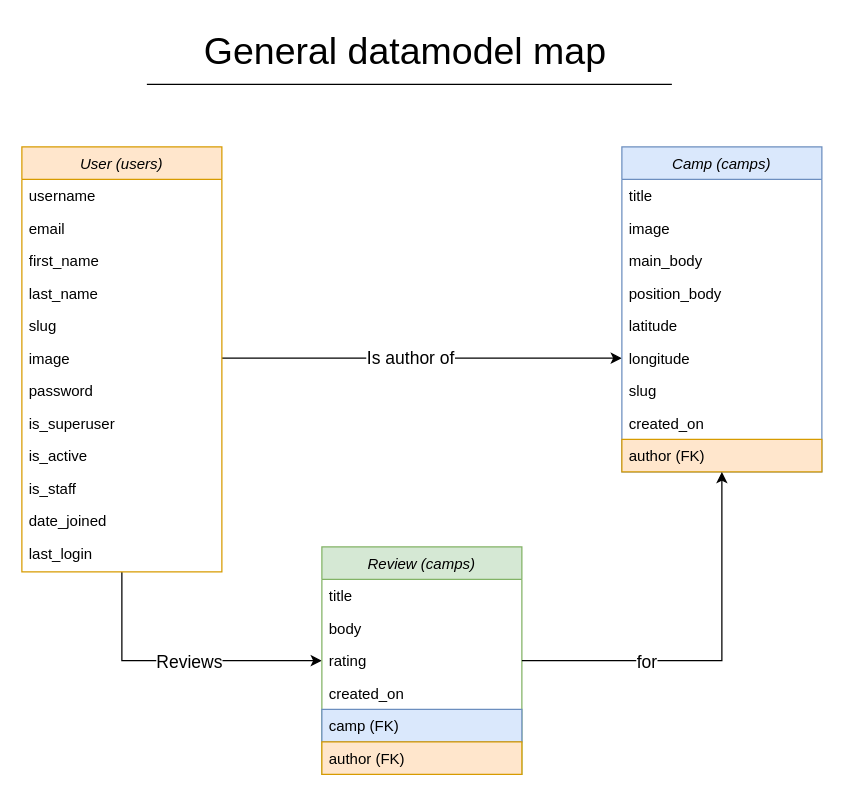
Above: vinylbase/_documentation/datamodel.drawio in volk25/vinylbase (draw.io), before the change. Source tidied: cells renumbered, new cells numbered last; positions are measured from the earlier drawing's top-left corner, leaving out a move shared by most shapes. Both pictures are drawn from the tidied source at 125%, with x=0, y=0 at pixel (21, 21).
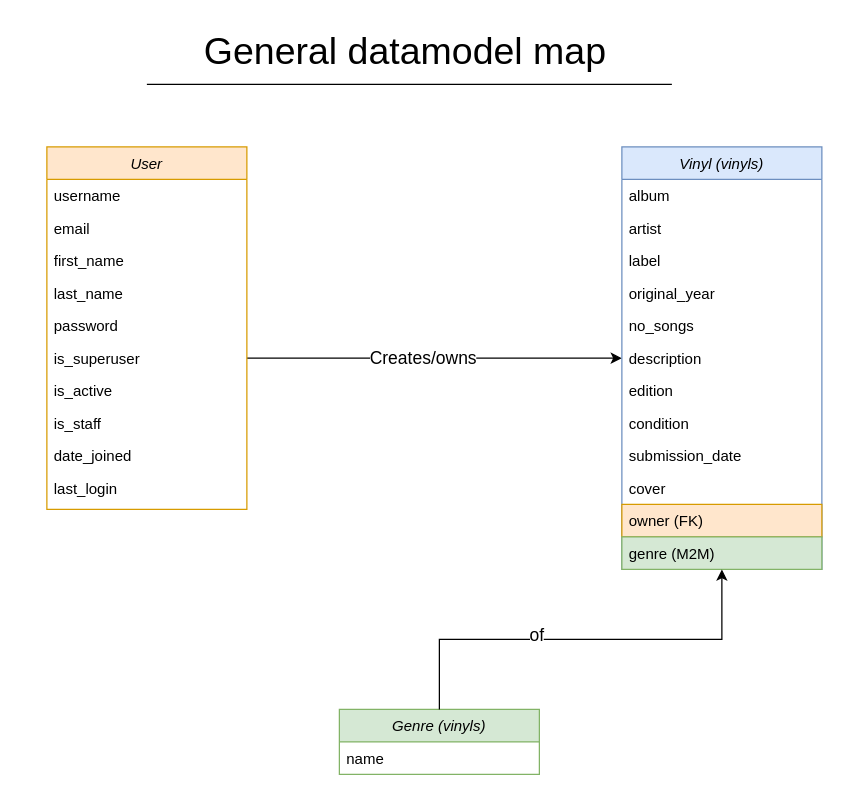
The same diagram, later.

Commit message:
datamodel drawio adjusted

The edit, as a diff of the source:
```diff
@@
-    <mxCell id="2" style="edgeStyle=orthogonalEdgeStyle;rounded=0;jettySize=auto;html=1;exitX=0.5;exitY=1;exitDx=0;exitDy=0;entryX=0;entryY=0.5;entryDx=0;entryDy=0;" parent="1" edge="1" source="6" target="32">
-      <mxGeometry relative="1" as="geometry" />
-    </mxCell>
-    <mxCell id="3" value="Reviews" style="edgeLabel;html=1;align=center;verticalAlign=middle;fontSize=14;" parent="2" vertex="1">
-      <mxGeometry x="0.1" relative="1" as="geometry">
-        <mxPoint x="-3" as="offset" />
-      </mxGeometry>
-    </mxCell>
-    <mxCell id="4" style="edgeStyle=orthogonalEdgeStyle;rounded=0;jettySize=auto;html=1;exitX=1;exitY=0.5;exitDx=0;exitDy=0;entryX=0;entryY=0.5;entryDx=0;entryDy=0;fontSize=14;" parent="1" edge="1" source="12" target="25">
+    <mxCell id="4" style="edgeStyle=orthogonalEdgeStyle;rounded=0;jettySize=auto;html=1;exitX=1;exitY=0.5;exitDx=0;exitDy=0;entryX=0;entryY=0.5;entryDx=0;entryDy=0;fontSize=14;" parent="1" edge="1" source="14" target="25">
       <mxGeometry relative="1" as="geometry" />
     </mxCell>
-    <mxCell id="5" value="Is author of" style="edgeLabel;html=1;align=center;verticalAlign=middle;fontSize=14;" parent="4" vertex="1">
+    <mxCell id="5" value="Creates/owns" style="edgeLabel;html=1;align=center;verticalAlign=middle;fontSize=14;" parent="4" vertex="1">
       <mxGeometry x="0.01" y="2" relative="1" as="geometry">
         <mxPoint x="-12" y="1" as="offset" />
       </mxGeometry>
     </mxCell>
-    <mxCell id="6" value="User (users)" style="swimlane;fontStyle=2;align=center;verticalAlign=top;horizontal=1;startSize=26;rounded=0;shadow=0;strokeWidth=1;fillColor=#ffe6cc;strokeColor=#d79b00;swimlaneLine=1;glass=0;sketch=0;swimlaneFillColor=none;fontColor=#000000;" parent="1" vertex="1">
-      <mxGeometry y="100" width="160" height="340" as="geometry" />
+    <mxCell id="6" value="User" style="swimlane;fontStyle=2;align=center;verticalAlign=top;horizontal=1;startSize=26;rounded=0;shadow=0;strokeWidth=1;fillColor=#ffe6cc;strokeColor=#d79b00;swimlaneLine=1;glass=0;sketch=0;swimlaneFillColor=none;fontColor=#000000;" parent="1" vertex="1">
+      <mxGeometry x="20" y="100" width="160" height="290" as="geometry" />
     </mxCell>
@@
-    <mxCell id="11" value="slug" style="text;align=left;verticalAlign=top;spacingLeft=4;spacingRight=4;overflow=hidden;rounded=0;shadow=0;html=0;" parent="6" vertex="1">
-      <mxGeometry y="130" width="160" height="26" as="geometry" />
-    </mxCell>
-    <mxCell id="12" value="image" style="text;align=left;verticalAlign=top;spacingLeft=4;spacingRight=4;overflow=hidden;points=[[0,0.5],[1,0.5]];portConstraint=eastwest;rounded=0;shadow=0;html=0;" parent="6" vertex="1">
-      <mxGeometry y="156" width="160" height="26" as="geometry" />
-    </mxCell>
     <mxCell id="13" value="password" style="text;align=left;verticalAlign=top;spacingLeft=4;spacingRight=4;overflow=hidden;rounded=0;shadow=0;html=0;" parent="6" vertex="1">
-      <mxGeometry y="182" width="160" height="26" as="geometry" />
+      <mxGeometry y="130" width="160" height="26" as="geometry" />
     </mxCell>
     <mxCell id="14" value="is_superuser" style="text;align=left;verticalAlign=top;spacingLeft=4;spacingRight=4;overflow=hidden;points=[[0,0.5],[1,0.5]];portConstraint=eastwest;rounded=0;shadow=0;html=0;" parent="6" vertex="1">
-      <mxGeometry y="208" width="160" height="26" as="geometry" />
+      <mxGeometry y="156" width="160" height="26" as="geometry" />
     </mxCell>
     <mxCell id="15" value="is_active" style="text;align=left;verticalAlign=top;spacingLeft=4;spacingRight=4;overflow=hidden;rounded=0;shadow=0;html=0;" parent="6" vertex="1">
-      <mxGeometry y="234" width="160" height="26" as="geometry" />
+      <mxGeometry y="182" width="160" height="26" as="geometry" />
     </mxCell>
     <mxCell id="16" value="is_staff" style="text;align=left;verticalAlign=top;spacingLeft=4;spacingRight=4;overflow=hidden;rounded=0;shadow=0;html=0;" parent="6" vertex="1">
-      <mxGeometry y="260" width="160" height="26" as="geometry" />
+      <mxGeometry y="208" width="160" height="26" as="geometry" />
     </mxCell>
     <mxCell id="17" value="date_joined" style="text;align=left;verticalAlign=top;spacingLeft=4;spacingRight=4;overflow=hidden;rounded=0;shadow=0;html=0;" parent="6" vertex="1">
-      <mxGeometry y="286" width="160" height="26" as="geometry" />
+      <mxGeometry y="234" width="160" height="26" as="geometry" />
     </mxCell>
     <mxCell id="18" value="last_login" style="text;align=left;verticalAlign=top;spacingLeft=4;spacingRight=4;overflow=hidden;rounded=0;shadow=0;html=0;" parent="6" vertex="1">
-      <mxGeometry y="312" width="160" height="26" as="geometry" />
+      <mxGeometry y="260" width="160" height="26" as="geometry" />
     </mxCell>
-    <mxCell id="19" value="Camp (camps)" style="swimlane;fontStyle=2;align=center;verticalAlign=top;horizontal=1;startSize=26;rounded=0;shadow=0;strokeWidth=1;fillColor=#dae8fc;strokeColor=#6c8ebf;fontColor=#000000;" parent="1" vertex="1">
-      <mxGeometry x="480" y="100" width="160" height="260" as="geometry" />
+    <mxCell id="19" value="Vinyl (vinyls)" style="swimlane;fontStyle=2;align=center;verticalAlign=top;horizontal=1;startSize=26;rounded=0;shadow=0;strokeWidth=1;fillColor=#dae8fc;strokeColor=#6c8ebf;fontColor=#000000;" parent="1" vertex="1">
+      <mxGeometry x="480" y="100" width="160" height="338" as="geometry" />
     </mxCell>
-    <mxCell id="20" value="title" style="text;align=left;verticalAlign=top;spacingLeft=4;spacingRight=4;overflow=hidden;" parent="19" vertex="1">
+    <mxCell id="20" value="album" style="text;align=left;verticalAlign=top;spacingLeft=4;spacingRight=4;overflow=hidden;" parent="19" vertex="1">
       <mxGeometry y="26" width="160" height="26" as="geometry" />
     </mxCell>
-    <mxCell id="21" value="image" style="text;align=left;verticalAlign=top;spacingLeft=4;spacingRight=4;overflow=hidden;rounded=0;shadow=0;html=0;" parent="19" vertex="1">
+    <mxCell id="21" value="artist" style="text;align=left;verticalAlign=top;spacingLeft=4;spacingRight=4;overflow=hidden;rounded=0;shadow=0;html=0;" parent="19" vertex="1">
       <mxGeometry y="52" width="160" height="26" as="geometry" />
     </mxCell>
-    <mxCell id="22" value="main_body" style="text;align=left;verticalAlign=top;spacingLeft=4;spacingRight=4;overflow=hidden;rounded=0;shadow=0;html=0;" parent="19" vertex="1">
+    <mxCell id="22" value="label" style="text;align=left;verticalAlign=top;spacingLeft=4;spacingRight=4;overflow=hidden;rounded=0;shadow=0;html=0;" parent="19" vertex="1">
       <mxGeometry y="78" width="160" height="26" as="geometry" />
     </mxCell>
-    <mxCell id="23" value="position_body" style="text;align=left;verticalAlign=top;spacingLeft=4;spacingRight=4;overflow=hidden;rounded=0;shadow=0;html=0;" parent="19" vertex="1">
+    <mxCell id="23" value="original_year" style="text;align=left;verticalAlign=top;spacingLeft=4;spacingRight=4;overflow=hidden;rounded=0;shadow=0;html=0;" parent="19" vertex="1">
       <mxGeometry y="104" width="160" height="26" as="geometry" />
     </mxCell>
-    <mxCell id="24" value="latitude" style="text;align=left;verticalAlign=top;spacingLeft=4;spacingRight=4;overflow=hidden;rounded=0;shadow=0;html=0;" parent="19" vertex="1">
+    <mxCell id="24" value="no_songs" style="text;align=left;verticalAlign=top;spacingLeft=4;spacingRight=4;overflow=hidden;rounded=0;shadow=0;html=0;" parent="19" vertex="1">
       <mxGeometry y="130" width="160" height="26" as="geometry" />
     </mxCell>
-    <mxCell id="25" value="longitude" style="text;align=left;verticalAlign=top;spacingLeft=4;spacingRight=4;overflow=hidden;points=[[0,0.5],[1,0.5]];portConstraint=eastwest;rounded=0;shadow=0;html=0;" parent="19" vertex="1">
+    <mxCell id="25" value="description" style="text;align=left;verticalAlign=top;spacingLeft=4;spacingRight=4;overflow=hidden;points=[[0,0.5],[1,0.5]];portConstraint=eastwest;rounded=0;shadow=0;html=0;" parent="19" vertex="1">
       <mxGeometry y="156" width="160" height="26" as="geometry" />
     </mxCell>
-    <mxCell id="26" value="slug" style="text;align=left;verticalAlign=top;spacingLeft=4;spacingRight=4;overflow=hidden;rounded=0;shadow=0;html=0;" parent="19" vertex="1">
+    <mxCell id="26" value="edition" style="text;align=left;verticalAlign=top;spacingLeft=4;spacingRight=4;overflow=hidden;rounded=0;shadow=0;html=0;" parent="19" vertex="1">
       <mxGeometry y="182" width="160" height="26" as="geometry" />
     </mxCell>
-    <mxCell id="27" value="created_on" style="text;align=left;verticalAlign=top;spacingLeft=4;spacingRight=4;overflow=hidden;rounded=0;shadow=0;html=0;" parent="19" vertex="1">
+    <mxCell id="27" value="condition" style="text;align=left;verticalAlign=top;spacingLeft=4;spacingRight=4;overflow=hidden;rounded=0;shadow=0;html=0;" parent="19" vertex="1">
       <mxGeometry y="208" width="160" height="26" as="geometry" />
     </mxCell>
+    <mxCell id="40" value="submission_date" style="text;align=left;verticalAlign=top;spacingLeft=4;spacingRight=4;overflow=hidden;rounded=0;shadow=0;html=0;" parent="19" vertex="1">
+      <mxGeometry y="234" width="160" height="26" as="geometry" />
+    </mxCell>
+    <mxCell id="41" value="cover" style="text;align=left;verticalAlign=top;spacingLeft=4;spacingRight=4;overflow=hidden;rounded=0;shadow=0;html=0;" parent="19" vertex="1">
+      <mxGeometry y="260" width="160" height="26" as="geometry" />
+    </mxCell>
-    <mxCell id="28" value="author (FK)" style="text;align=left;verticalAlign=top;spacingLeft=4;spacingRight=4;overflow=hidden;rounded=0;shadow=0;html=0;fillColor=#ffe6cc;strokeColor=#d79b00;fontColor=#000000;" parent="19" vertex="1">
-      <mxGeometry y="234" width="160" height="26" as="geometry" />
+    <mxCell id="28" value="owner (FK)" style="text;align=left;verticalAlign=top;spacingLeft=4;spacingRight=4;overflow=hidden;rounded=0;shadow=0;html=0;fillColor=#ffe6cc;strokeColor=#d79b00;fontColor=#000000;" parent="19" vertex="1">
+      <mxGeometry y="286" width="160" height="26" as="geometry" />
     </mxCell>
+    <mxCell id="42" value="genre (M2M)" style="text;align=left;verticalAlign=top;spacingLeft=4;spacingRight=4;overflow=hidden;rounded=0;shadow=0;html=0;fillColor=#d5e8d4;strokeColor=#82b366;" parent="19" vertex="1">
+      <mxGeometry y="312" width="160" height="26" as="geometry" />
+    </mxCell>
-    <mxCell id="29" value="Review (camps)" style="swimlane;fontStyle=2;align=center;verticalAlign=top;horizontal=1;startSize=26;rounded=0;shadow=0;strokeWidth=1;fillColor=#d5e8d4;strokeColor=#82b366;fontColor=#000000;" parent="1" vertex="1">
-      <mxGeometry x="240" y="420" width="160" height="182" as="geometry" />
+    <mxCell id="29" value="Genre (vinyls)" style="swimlane;fontStyle=2;align=center;verticalAlign=top;horizontal=1;startSize=26;rounded=0;shadow=0;strokeWidth=1;fillColor=#d5e8d4;strokeColor=#82b366;fontColor=#000000;" parent="1" vertex="1">
+      <mxGeometry x="254" y="550" width="160" height="52" as="geometry" />
     </mxCell>
-    <mxCell id="30" value="title" style="text;align=left;verticalAlign=top;spacingLeft=4;spacingRight=4;overflow=hidden;" parent="29" vertex="1">
+    <mxCell id="30" value="name" style="text;align=left;verticalAlign=top;spacingLeft=4;spacingRight=4;overflow=hidden;" parent="29" vertex="1">
       <mxGeometry y="26" width="160" height="26" as="geometry" />
     </mxCell>
-    <mxCell id="31" value="body" style="text;align=left;verticalAlign=top;spacingLeft=4;spacingRight=4;overflow=hidden;rounded=0;shadow=0;html=0;" parent="29" vertex="1">
-      <mxGeometry y="52" width="160" height="26" as="geometry" />
-    </mxCell>
-    <mxCell id="32" value="rating" style="text;align=left;verticalAlign=top;spacingLeft=4;spacingRight=4;overflow=hidden;points=[[0,0.5],[1,0.5]];portConstraint=eastwest;rounded=0;shadow=0;html=0;" parent="29" vertex="1">
-      <mxGeometry y="78" width="160" height="26" as="geometry" />
-    </mxCell>
-    <mxCell id="33" value="created_on" style="text;align=left;verticalAlign=top;spacingLeft=4;spacingRight=4;overflow=hidden;rounded=0;shadow=0;html=0;" parent="29" vertex="1">
-      <mxGeometry y="104" width="160" height="26" as="geometry" />
-    </mxCell>
-    <mxCell id="34" value="camp (FK)" style="text;align=left;verticalAlign=top;spacingLeft=4;spacingRight=4;overflow=hidden;rounded=0;shadow=0;html=0;fillColor=#dae8fc;strokeColor=#6c8ebf;fontColor=#000000;" parent="29" vertex="1">
-      <mxGeometry y="130" width="160" height="26" as="geometry" />
-    </mxCell>
-    <mxCell id="35" value="author (FK)" style="text;align=left;verticalAlign=top;spacingLeft=4;spacingRight=4;overflow=hidden;rounded=0;shadow=0;html=0;fillColor=#ffe6cc;strokeColor=#d79b00;fontColor=#000000;" parent="29" vertex="1">
-      <mxGeometry y="156" width="160" height="26" as="geometry" />
-    </mxCell>
-    <mxCell id="36" style="edgeStyle=orthogonalEdgeStyle;rounded=0;jettySize=auto;html=1;exitX=1;exitY=0.5;exitDx=0;exitDy=0;entryX=0.5;entryY=1;entryDx=0;entryDy=0;" parent="1" edge="1" source="32" target="19">
+    <mxCell id="36" style="edgeStyle=orthogonalEdgeStyle;rounded=0;jettySize=auto;html=1;exitX=0.5;exitY=0;exitDx=0;exitDy=0;entryX=0.5;entryY=1;entryDx=0;entryDy=0;" parent="1" edge="1" source="29" target="19">
       <mxGeometry relative="1" as="geometry" />
     </mxCell>
-    <mxCell id="37" value="for" style="edgeLabel;html=1;align=center;verticalAlign=middle;fontSize=14;" parent="36" vertex="1">
+    <mxCell id="37" value="of" style="edgeLabel;html=1;align=center;verticalAlign=middle;fontSize=14;" parent="36" vertex="1">
       <mxGeometry x="-0.49" y="-1" relative="1" as="geometry">
-        <mxPoint x="20" y="-1" as="offset" />
+        <mxPoint x="47" y="-5" as="offset" />
       </mxGeometry>
     </mxCell>
```
